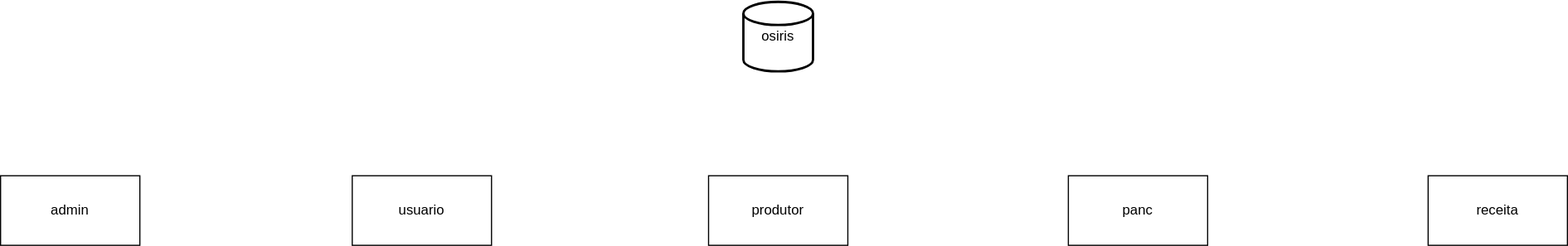
mfelipegs/osiris-database keeps this draw.io diagram as assets/diagrams/osiris_mongodb.drawio.svg. Above is the earlier version. Source tidied: cells renumbered, new cells last; positions are measured from the earlier drawing's top-left corner, leaving out a move shared by most shapes. The source it was exported from:
```xml
<mxGraphModel>
  <root>
    <mxCell id="0" />
    <mxCell id="1" parent="0" />
    <mxCell id="2" value="osiris" style="strokeWidth=2;html=1;shape=mxgraph.flowchart.database;whiteSpace=wrap;" parent="1" vertex="1">
      <mxGeometry x="640" width="60" height="60" as="geometry" />
    </mxCell>
    <mxCell id="3" value="usuario" style="rounded=0;whiteSpace=wrap;html=1;" parent="1" vertex="1">
      <mxGeometry x="303" y="150" width="120" height="60" as="geometry" />
    </mxCell>
    <mxCell id="4" value="admin" style="rounded=0;whiteSpace=wrap;html=1;" parent="1" vertex="1">
      <mxGeometry y="150" width="120" height="60" as="geometry" />
    </mxCell>
    <mxCell id="5" value="produtor" style="rounded=0;whiteSpace=wrap;html=1;" parent="1" vertex="1">
      <mxGeometry x="610" y="150" width="120" height="60" as="geometry" />
    </mxCell>
    <mxCell id="6" value="panc" style="rounded=0;whiteSpace=wrap;html=1;" parent="1" vertex="1">
      <mxGeometry x="920" y="150" width="120" height="60" as="geometry" />
    </mxCell>
    <mxCell id="7" value="receita" style="rounded=0;whiteSpace=wrap;html=1;" parent="1" vertex="1">
      <mxGeometry x="1230" y="150" width="120" height="60" as="geometry" />
    </mxCell>
  </root>
</mxGraphModel>
```
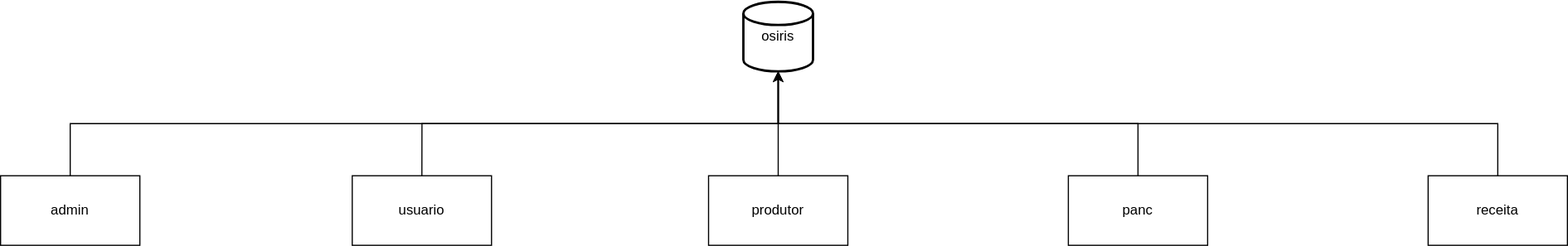
After the change.

Commit message:
chore: nosql diagram arrows

Diff of the diagram source:
```diff
@@ -5,18 +5,33 @@
     <mxCell id="2" value="osiris" style="strokeWidth=2;html=1;shape=mxgraph.flowchart.database;whiteSpace=wrap;" parent="1" vertex="1">
       <mxGeometry x="640" width="60" height="60" as="geometry" />
     </mxCell>
+    <mxCell id="8" style="edgeStyle=orthogonalEdgeStyle;rounded=0;jettySize=auto;html=1;exitX=0.5;exitY=0;exitDx=0;exitDy=0;entryX=0.5;entryY=1;entryDx=0;entryDy=0;entryPerimeter=0;" parent="1" edge="1" source="3" target="2">
+      <mxGeometry relative="1" as="geometry" />
+    </mxCell>
     <mxCell id="3" value="usuario" style="rounded=0;whiteSpace=wrap;html=1;" parent="1" vertex="1">
       <mxGeometry x="303" y="150" width="120" height="60" as="geometry" />
     </mxCell>
+    <mxCell id="9" style="edgeStyle=orthogonalEdgeStyle;rounded=0;jettySize=auto;html=1;exitX=0.5;exitY=0;exitDx=0;exitDy=0;entryX=0.5;entryY=1;entryDx=0;entryDy=0;entryPerimeter=0;" parent="1" edge="1" source="4" target="2">
+      <mxGeometry relative="1" as="geometry" />
+    </mxCell>
     <mxCell id="4" value="admin" style="rounded=0;whiteSpace=wrap;html=1;" parent="1" vertex="1">
       <mxGeometry y="150" width="120" height="60" as="geometry" />
     </mxCell>
+    <mxCell id="10" style="edgeStyle=orthogonalEdgeStyle;rounded=0;jettySize=auto;html=1;exitX=0.5;exitY=0;exitDx=0;exitDy=0;entryX=0.5;entryY=1;entryDx=0;entryDy=0;entryPerimeter=0;" parent="1" edge="1" source="5" target="2">
+      <mxGeometry relative="1" as="geometry" />
+    </mxCell>
     <mxCell id="5" value="produtor" style="rounded=0;whiteSpace=wrap;html=1;" parent="1" vertex="1">
       <mxGeometry x="610" y="150" width="120" height="60" as="geometry" />
     </mxCell>
+    <mxCell id="11" style="edgeStyle=orthogonalEdgeStyle;rounded=0;jettySize=auto;html=1;exitX=0.5;exitY=0;exitDx=0;exitDy=0;entryX=0.5;entryY=1;entryDx=0;entryDy=0;entryPerimeter=0;" parent="1" edge="1" source="6" target="2">
+      <mxGeometry relative="1" as="geometry" />
+    </mxCell>
     <mxCell id="6" value="panc" style="rounded=0;whiteSpace=wrap;html=1;" parent="1" vertex="1">
       <mxGeometry x="920" y="150" width="120" height="60" as="geometry" />
     </mxCell>
+    <mxCell id="12" style="edgeStyle=orthogonalEdgeStyle;rounded=0;jettySize=auto;html=1;exitX=0.5;exitY=0;exitDx=0;exitDy=0;entryX=0.5;entryY=1;entryDx=0;entryDy=0;entryPerimeter=0;" parent="1" edge="1" source="7" target="2">
+      <mxGeometry relative="1" as="geometry" />
+    </mxCell>
     <mxCell id="7" value="receita" style="rounded=0;whiteSpace=wrap;html=1;" parent="1" vertex="1">
       <mxGeometry x="1230" y="150" width="120" height="60" as="geometry" />
     </mxCell>
```
